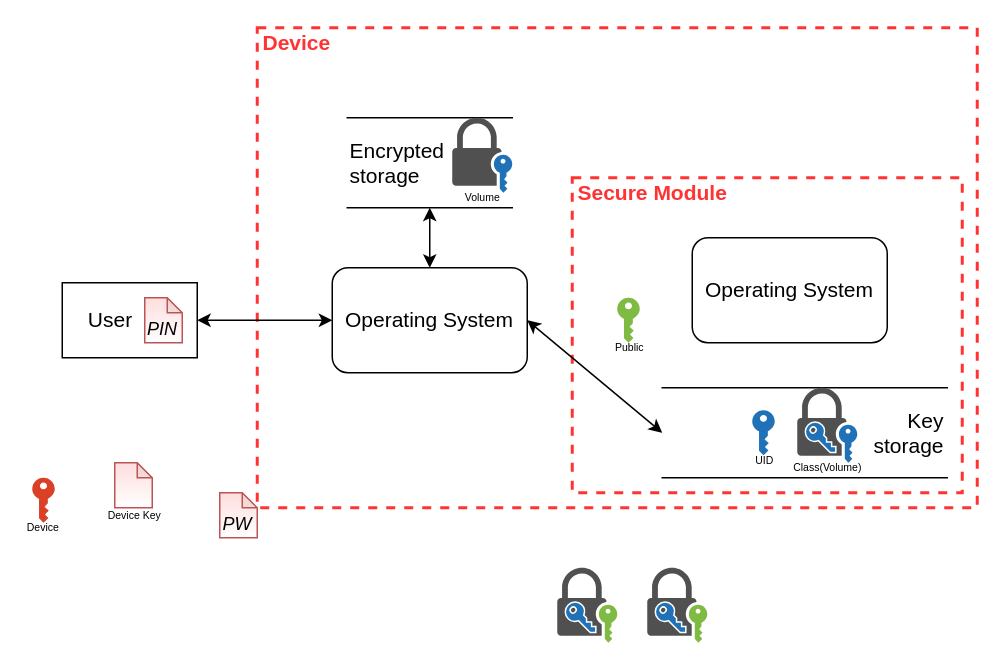
kkredit/confronting-wicked-crypto keeps this draw.io diagram as dfds/DAR-level-1-crypto-device.drawio. Above is the earlier version. Source tidied: cells renumbered, new cells numbered last; positions are measured from the earlier drawing's top-left corner, leaving out a move shared by most shapes. Both pictures are drawn from the tidied source at 150%, with x=0, y=0 at pixel (32, 27).
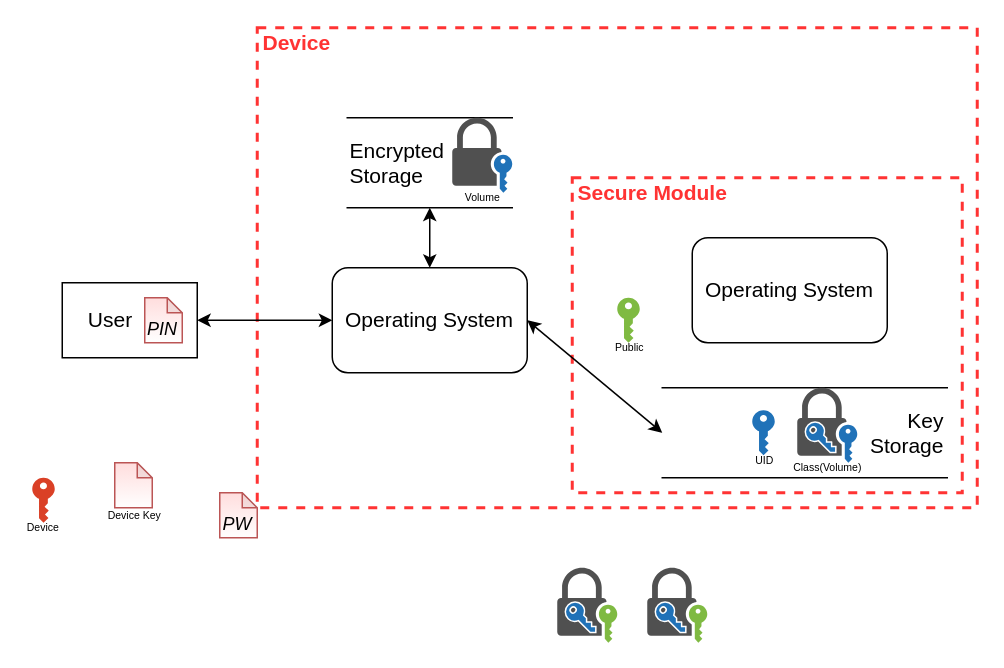
The same diagram, later.

Change to the diagram source:
```diff
@@
-    <mxCell id="4" value="&lt;blockquote style=&quot;margin: 0 0 0 40px ; border: none ; padding: 0px&quot;&gt;&lt;/blockquote&gt;&lt;span style=&quot;font-size: 14px&quot;&gt;Key&lt;/span&gt;&lt;br&gt;&lt;font style=&quot;font-size: 14px&quot;&gt;storage&lt;/font&gt;" style="shape=partialRectangle;whiteSpace=wrap;html=1;left=0;right=0;fillColor=none;align=right;" parent="1" vertex="1">
+    <mxCell id="4" value="&lt;blockquote style=&quot;margin: 0 0 0 40px ; border: none ; padding: 0px&quot;&gt;&lt;/blockquote&gt;&lt;span style=&quot;font-size: 14px&quot;&gt;Key&lt;/span&gt;&lt;br&gt;&lt;font style=&quot;font-size: 14px&quot;&gt;Storage&lt;/font&gt;" style="shape=partialRectangle;whiteSpace=wrap;html=1;left=0;right=0;fillColor=none;align=right;" parent="1" vertex="1">
       <mxGeometry x="420" y="240" width="190" height="60" as="geometry" />
     </mxCell>
@@
-    <mxCell id="8" value="&lt;font style=&quot;font-size: 14px&quot;&gt;&lt;font style=&quot;font-size: 14px&quot;&gt;Encrypted&lt;br&gt;&lt;/font&gt;storage&lt;/font&gt;" style="shape=partialRectangle;whiteSpace=wrap;html=1;left=0;right=0;fillColor=none;align=left;" parent="1" vertex="1">
+    <mxCell id="8" value="&lt;font style=&quot;font-size: 14px&quot;&gt;&lt;font style=&quot;font-size: 14px&quot;&gt;Encrypted&lt;br&gt;&lt;/font&gt;Storage&lt;/font&gt;" style="shape=partialRectangle;whiteSpace=wrap;html=1;left=0;right=0;fillColor=none;align=left;" parent="1" vertex="1">
       <mxGeometry x="210" y="60" width="110" height="60" as="geometry" />
     </mxCell>
```
